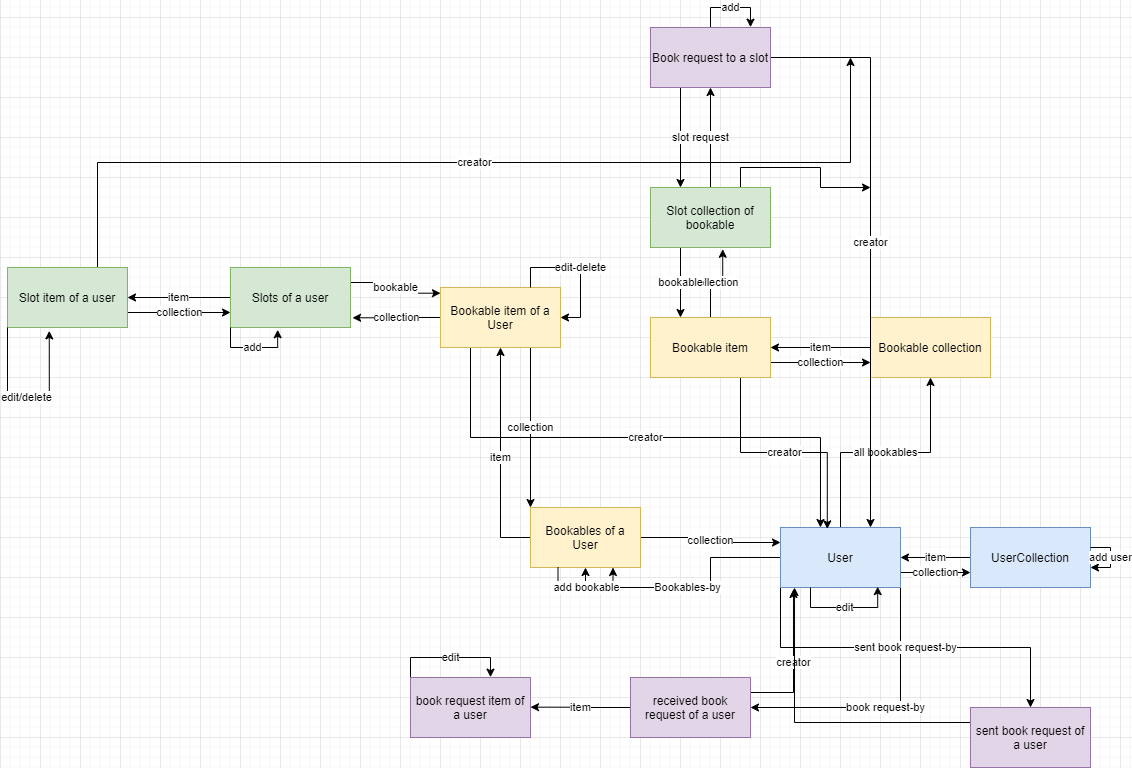
Adnan-Islam/PWP_Project keeps this draw.io diagram as data/Diagram.png. Above is the earlier version. Source tidied: cells renumbered, new cells last; positions are measured from the earlier drawing's top-left corner, leaving out a move shared by most shapes.
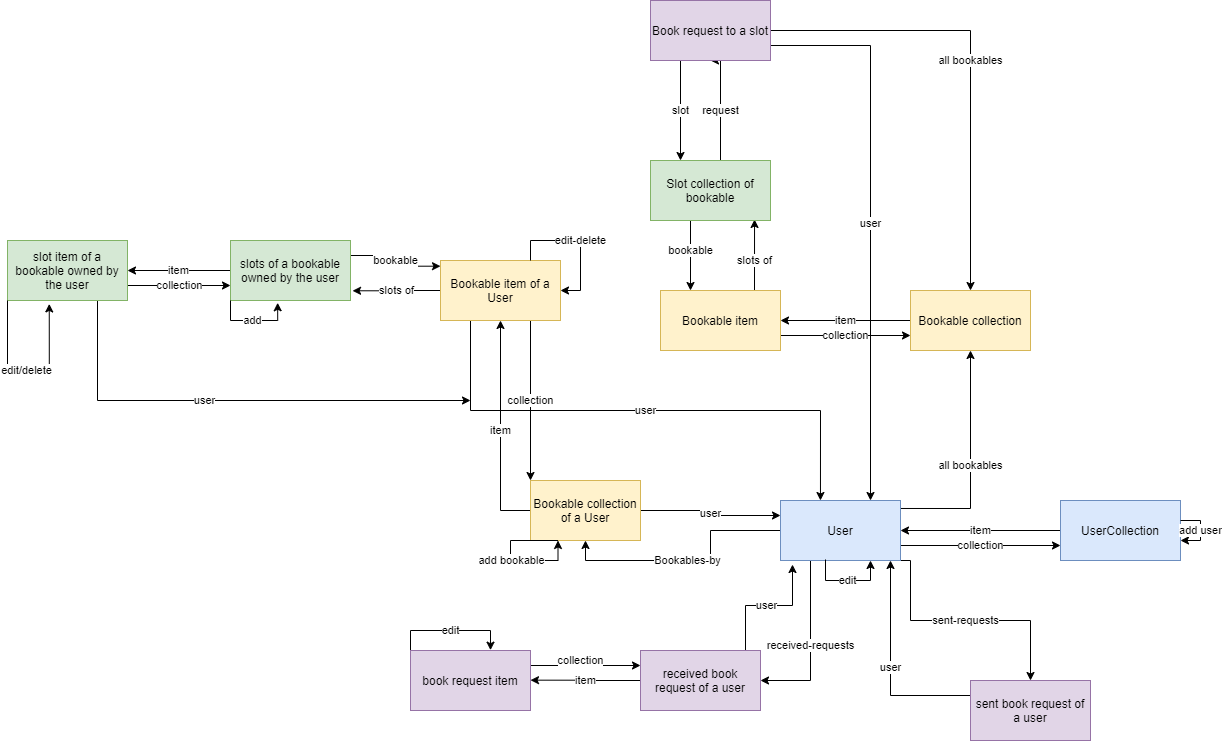
The same file after the commit.

Change to the diagram source:
```diff
@@ -6,12 +6,12 @@
       <mxGeometry relative="1" as="geometry" />
     </mxCell>
     <mxCell id="3" value="UserCollection" style="rounded=0;whiteSpace=wrap;html=1;fillColor=#dae8fc;strokeColor=#6c8ebf;" parent="1" vertex="1">
-      <mxGeometry x="963" y="500" width="120" height="60" as="geometry" />
+      <mxGeometry x="1053" y="500" width="120" height="60" as="geometry" />
     </mxCell>
     <mxCell id="4" value="add user&lt;br&gt;" style="edgeStyle=orthogonalEdgeStyle;rounded=0;orthogonalLoop=1;jettySize=auto;html=1;" parent="1" edge="1" source="3" target="3">
       <mxGeometry relative="1" as="geometry" />
     </mxCell>
-    <mxCell id="5" value="all bookables" style="edgeStyle=orthogonalEdgeStyle;rounded=0;jettySize=auto;html=1;" parent="1" edge="1" source="10" target="16">
+    <mxCell id="5" value="all bookables" style="edgeStyle=orthogonalEdgeStyle;rounded=0;jettySize=auto;html=1;exitX=0.992;exitY=0.133;exitDx=0;exitDy=0;exitPerimeter=0;" parent="1" edge="1" source="10" target="16">
       <mxGeometry relative="1" as="geometry" />
     </mxCell>
     <mxCell id="6" value="Bookables-by" style="edgeStyle=orthogonalEdgeStyle;rounded=0;jettySize=auto;html=1;exitX=0;exitY=0.5;exitDx=0;exitDy=0;entryX=0.5;entryY=1;entryDx=0;entryDy=0;" parent="1" edge="1" source="10" target="19">
@@ -20,11 +20,17 @@
     <mxCell id="7" value="collection&lt;br&gt;" style="edgeStyle=orthogonalEdgeStyle;rounded=0;jettySize=auto;html=1;exitX=1;exitY=0.75;exitDx=0;exitDy=0;entryX=0;entryY=0.75;entryDx=0;entryDy=0;" parent="1" edge="1" source="10" target="3">
       <mxGeometry relative="1" as="geometry" />
     </mxCell>
-    <mxCell id="8" value="book request-by&lt;br&gt;" style="edgeStyle=orthogonalEdgeStyle;rounded=0;jettySize=auto;html=1;exitX=1;exitY=1;exitDx=0;exitDy=0;entryX=1;entryY=0.5;entryDx=0;entryDy=0;" parent="1" edge="1" source="10" target="45">
+    <mxCell id="8" value="received-requests" style="edgeStyle=orthogonalEdgeStyle;rounded=0;jettySize=auto;html=1;exitX=0.25;exitY=1;exitDx=0;exitDy=0;entryX=1;entryY=0.5;entryDx=0;entryDy=0;" parent="1" edge="1" source="10" target="45">
       <mxGeometry relative="1" as="geometry" />
     </mxCell>
-    <mxCell id="9" value="sent book request-by" style="edgeStyle=orthogonalEdgeStyle;rounded=0;jettySize=auto;html=1;exitX=0;exitY=1;exitDx=0;exitDy=0;" parent="1" edge="1" source="10" target="49">
-      <mxGeometry relative="1" as="geometry" />
+    <mxCell id="9" value="sent-requests" style="edgeStyle=orthogonalEdgeStyle;rounded=0;jettySize=auto;html=1;exitX=1;exitY=1;exitDx=0;exitDy=0;" parent="1" edge="1" source="10" target="49">
+      <mxGeometry relative="1" as="geometry">
+        <Array as="points">
+          <mxPoint x="903" y="560" />
+          <mxPoint x="903" y="620" />
+          <mxPoint x="1023" y="620" />
+        </Array>
+      </mxGeometry>
     </mxCell>
     <mxCell id="10" value="User" style="rounded=0;whiteSpace=wrap;html=1;fillColor=#dae8fc;strokeColor=#6c8ebf;" parent="1" vertex="1">
       <mxGeometry x="773" y="500" width="120" height="60" as="geometry" />
@@ -32,40 +38,47 @@
     <mxCell id="11" value="collection" style="edgeStyle=orthogonalEdgeStyle;rounded=0;jettySize=auto;html=1;exitX=1;exitY=0.75;exitDx=0;exitDy=0;entryX=0;entryY=0.75;entryDx=0;entryDy=0;" parent="1" edge="1" source="14" target="16">
       <mxGeometry relative="1" as="geometry" />
     </mxCell>
-    <mxCell id="12" value="creator" style="edgeStyle=orthogonalEdgeStyle;rounded=0;jettySize=auto;html=1;exitX=0.75;exitY=1;exitDx=0;exitDy=0;entryX=0.39;entryY=0.024;entryDx=0;entryDy=0;entryPerimeter=0;" parent="1" edge="1" source="14" target="10">
-      <mxGeometry relative="1" as="geometry" />
-    </mxCell>
-    <mxCell id="13" value="collection&lt;br&gt;" style="edgeStyle=orthogonalEdgeStyle;rounded=0;jettySize=auto;html=1;exitX=0.5;exitY=0;exitDx=0;exitDy=0;entryX=0.602;entryY=1.029;entryDx=0;entryDy=0;entryPerimeter=0;" parent="1" edge="1" source="14" target="38">
-      <mxGeometry relative="1" as="geometry" />
+    <mxCell id="13" value="slots of" style="edgeStyle=orthogonalEdgeStyle;rounded=0;jettySize=auto;html=1;exitX=0.5;exitY=0;exitDx=0;exitDy=0;entryX=0.867;entryY=0.983;entryDx=0;entryDy=0;entryPerimeter=0;" parent="1" edge="1" source="14" target="38">
+      <mxGeometry x="0.22" relative="1" as="geometry">
+        <Array as="points">
+          <mxPoint x="747" y="290" />
+        </Array>
+      </mxGeometry>
     </mxCell>
     <mxCell id="14" value="Bookable item" style="rounded=0;whiteSpace=wrap;html=1;fillColor=#fff2cc;strokeColor=#d6b656;" parent="1" vertex="1">
-      <mxGeometry x="643" y="290" width="120" height="60" as="geometry" />
+      <mxGeometry x="653" y="290" width="120" height="60" as="geometry" />
     </mxCell>
     <mxCell id="15" value="item" style="edgeStyle=orthogonalEdgeStyle;rounded=0;jettySize=auto;html=1;exitX=0;exitY=0.5;exitDx=0;exitDy=0;entryX=1;entryY=0.5;entryDx=0;entryDy=0;" parent="1" edge="1" source="16" target="14">
       <mxGeometry relative="1" as="geometry" />
     </mxCell>
     <mxCell id="16" value="Bookable collection" style="rounded=0;whiteSpace=wrap;html=1;fillColor=#fff2cc;strokeColor=#d6b656;" parent="1" vertex="1">
-      <mxGeometry x="863" y="290" width="120" height="60" as="geometry" />
+      <mxGeometry x="903" y="290" width="120" height="60" as="geometry" />
     </mxCell>
     <mxCell id="17" value="item" style="edgeStyle=orthogonalEdgeStyle;rounded=0;jettySize=auto;html=1;exitX=0;exitY=0.5;exitDx=0;exitDy=0;entryX=0.5;entryY=1;entryDx=0;entryDy=0;" parent="1" edge="1" source="19" target="24">
       <mxGeometry relative="1" as="geometry" />
     </mxCell>
-    <mxCell id="18" value="collection" style="edgeStyle=orthogonalEdgeStyle;rounded=0;jettySize=auto;html=1;exitX=1;exitY=0.5;exitDx=0;exitDy=0;entryX=0;entryY=0.25;entryDx=0;entryDy=0;" parent="1" edge="1" source="19" target="10">
+    <mxCell id="18" value="user" style="edgeStyle=orthogonalEdgeStyle;rounded=0;jettySize=auto;html=1;exitX=1;exitY=0.5;exitDx=0;exitDy=0;entryX=0;entryY=0.25;entryDx=0;entryDy=0;" parent="1" edge="1" source="19" target="10">
       <mxGeometry relative="1" as="geometry" />
     </mxCell>
-    <mxCell id="19" value="Bookables of a User" style="rounded=0;whiteSpace=wrap;html=1;fillColor=#fff2cc;strokeColor=#d6b656;" parent="1" vertex="1">
+    <mxCell id="19" value="Bookable collection of a User" style="rounded=0;whiteSpace=wrap;html=1;fillColor=#fff2cc;strokeColor=#d6b656;" parent="1" vertex="1">
       <mxGeometry x="523" y="480" width="110" height="60" as="geometry" />
     </mxCell>
-    <mxCell id="20" value="add bookable" style="edgeStyle=orthogonalEdgeStyle;rounded=0;orthogonalLoop=1;jettySize=auto;html=1;exitX=0.25;exitY=1;exitDx=0;exitDy=0;entryX=0.75;entryY=1;entryDx=0;entryDy=0;" parent="1" edge="1" source="19" target="19">
-      <mxGeometry relative="1" as="geometry" />
+    <mxCell id="20" value="add bookable" style="edgeStyle=orthogonalEdgeStyle;rounded=0;orthogonalLoop=1;jettySize=auto;html=1;exitX=0.25;exitY=1;exitDx=0;exitDy=0;entryX=0.25;entryY=1;entryDx=0;entryDy=0;" parent="1" edge="1" source="19" target="19">
+      <mxGeometry relative="1" as="geometry">
+        <Array as="points">
+          <mxPoint x="503" y="540" />
+          <mxPoint x="503" y="560" />
+          <mxPoint x="551" y="560" />
+        </Array>
+      </mxGeometry>
     </mxCell>
     <mxCell id="21" value="collection" style="edgeStyle=orthogonalEdgeStyle;rounded=0;jettySize=auto;html=1;exitX=0.75;exitY=1;exitDx=0;exitDy=0;entryX=0;entryY=0;entryDx=0;entryDy=0;" parent="1" edge="1" source="24" target="19">
       <mxGeometry relative="1" as="geometry" />
     </mxCell>
-    <mxCell id="22" value="creator" style="edgeStyle=orthogonalEdgeStyle;rounded=0;jettySize=auto;html=1;exitX=0.25;exitY=1;exitDx=0;exitDy=0;entryX=0.333;entryY=0;entryDx=0;entryDy=0;entryPerimeter=0;" parent="1" edge="1" source="24" target="10">
+    <mxCell id="22" value="user" style="edgeStyle=orthogonalEdgeStyle;rounded=0;jettySize=auto;html=1;exitX=0.25;exitY=1;exitDx=0;exitDy=0;entryX=0.333;entryY=0;entryDx=0;entryDy=0;entryPerimeter=0;" parent="1" edge="1" source="24" target="10">
       <mxGeometry relative="1" as="geometry" />
     </mxCell>
-    <mxCell id="23" value="collection&lt;br&gt;" style="edgeStyle=orthogonalEdgeStyle;rounded=0;jettySize=auto;html=1;exitX=0;exitY=0.5;exitDx=0;exitDy=0;entryX=1.017;entryY=0.838;entryDx=0;entryDy=0;entryPerimeter=0;" parent="1" edge="1" source="24" target="29">
+    <mxCell id="23" value="slots of" style="edgeStyle=orthogonalEdgeStyle;rounded=0;jettySize=auto;html=1;exitX=0;exitY=0.5;exitDx=0;exitDy=0;entryX=1.017;entryY=0.838;entryDx=0;entryDy=0;entryPerimeter=0;" parent="1" edge="1" source="24" target="29">
       <mxGeometry relative="1" as="geometry" />
     </mxCell>
     <mxCell id="24" value="Bookable item of a User" style="rounded=0;whiteSpace=wrap;html=1;fillColor=#fff2cc;strokeColor=#d6b656;" parent="1" vertex="1">
@@ -74,7 +87,7 @@
     <mxCell id="25" value="edit-delete" style="edgeStyle=orthogonalEdgeStyle;rounded=0;orthogonalLoop=1;jettySize=auto;html=1;exitX=0.75;exitY=0;exitDx=0;exitDy=0;entryX=1;entryY=0.5;entryDx=0;entryDy=0;" parent="1" edge="1" source="24" target="24">
       <mxGeometry relative="1" as="geometry" />
     </mxCell>
-    <mxCell id="26" value="edit" style="edgeStyle=orthogonalEdgeStyle;rounded=0;orthogonalLoop=1;jettySize=auto;html=1;exitX=0.25;exitY=1;exitDx=0;exitDy=0;entryX=0.81;entryY=0.986;entryDx=0;entryDy=0;entryPerimeter=0;" parent="1" edge="1" source="10" target="10">
+    <mxCell id="26" value="edit" style="edgeStyle=orthogonalEdgeStyle;rounded=0;orthogonalLoop=1;jettySize=auto;html=1;exitX=0.375;exitY=0.983;exitDx=0;exitDy=0;entryX=0.75;entryY=1;entryDx=0;entryDy=0;exitPerimeter=0;" parent="1" edge="1" source="10" target="10">
       <mxGeometry relative="1" as="geometry" />
     </mxCell>
     <mxCell id="27" value="item" style="edgeStyle=orthogonalEdgeStyle;rounded=0;jettySize=auto;html=1;exitX=0;exitY=0.5;exitDx=0;exitDy=0;entryX=1;entryY=0.5;entryDx=0;entryDy=0;" parent="1" edge="1" source="29" target="32">
@@ -83,18 +96,21 @@
     <mxCell id="28" value="bookable" style="edgeStyle=orthogonalEdgeStyle;rounded=0;jettySize=auto;html=1;exitX=1;exitY=0.25;exitDx=0;exitDy=0;entryX=0;entryY=0.095;entryDx=0;entryDy=0;entryPerimeter=0;" parent="1" edge="1" source="29" target="24">
       <mxGeometry relative="1" as="geometry" />
     </mxCell>
-    <mxCell id="29" value="Slots of a user" style="rounded=0;whiteSpace=wrap;html=1;fillColor=#d5e8d4;strokeColor=#82b366;" parent="1" vertex="1">
+    <mxCell id="29" value="slots of a bookable owned by the user" style="rounded=0;whiteSpace=wrap;html=1;fillColor=#d5e8d4;strokeColor=#82b366;" parent="1" vertex="1">
       <mxGeometry x="223" y="240" width="120" height="60" as="geometry" />
     </mxCell>
     <mxCell id="30" value="collection" style="edgeStyle=orthogonalEdgeStyle;rounded=0;jettySize=auto;html=1;exitX=1;exitY=0.75;exitDx=0;exitDy=0;entryX=0;entryY=0.75;entryDx=0;entryDy=0;" parent="1" edge="1" source="32" target="29">
       <mxGeometry relative="1" as="geometry" />
     </mxCell>
-    <mxCell id="31" value="creator" style="edgeStyle=orthogonalEdgeStyle;rounded=0;jettySize=auto;html=1;exitX=0.75;exitY=0;exitDx=0;exitDy=0;" parent="1" edge="1" source="32">
+    <mxCell id="31" value="user" style="edgeStyle=orthogonalEdgeStyle;rounded=0;jettySize=auto;html=1;exitX=0.75;exitY=0;exitDx=0;exitDy=0;" parent="1" edge="1" source="32">
       <mxGeometry relative="1" as="geometry">
-        <mxPoint x="843" y="30" as="targetPoint" />
+        <mxPoint x="463" y="400" as="targetPoint" />
+        <Array as="points">
+          <mxPoint x="90" y="400" />
+        </Array>
       </mxGeometry>
     </mxCell>
-    <mxCell id="32" value="Slot item of a user" style="rounded=0;whiteSpace=wrap;html=1;fillColor=#d5e8d4;strokeColor=#82b366;" parent="1" vertex="1">
+    <mxCell id="32" value="slot item of a bookable owned by the user" style="rounded=0;whiteSpace=wrap;html=1;fillColor=#d5e8d4;strokeColor=#82b366;" parent="1" vertex="1">
       <mxGeometry y="240" width="120" height="60" as="geometry" />
     </mxCell>
     <mxCell id="33" value="add" style="edgeStyle=orthogonalEdgeStyle;rounded=0;orthogonalLoop=1;jettySize=auto;html=1;exitX=0;exitY=1;exitDx=0;exitDy=0;entryX=0.393;entryY=1.038;entryDx=0;entryDy=0;entryPerimeter=0;" parent="1" edge="1" source="29" target="29">
@@ -109,28 +125,30 @@
       </mxGeometry>
     </mxCell>
     <mxCell id="35" value="bookable" style="edgeStyle=orthogonalEdgeStyle;rounded=0;jettySize=auto;html=1;exitX=0.25;exitY=1;exitDx=0;exitDy=0;entryX=0.25;entryY=0;entryDx=0;entryDy=0;" parent="1" edge="1" source="38" target="14">
-      <mxGeometry relative="1" as="geometry" />
+      <mxGeometry relative="1" as="geometry">
+        <Array as="points">
+          <mxPoint x="683" y="220" />
+        </Array>
+      </mxGeometry>
     </mxCell>
     <mxCell id="36" value="request&lt;br&gt;" style="edgeStyle=orthogonalEdgeStyle;rounded=0;jettySize=auto;html=1;exitX=0.5;exitY=0;exitDx=0;exitDy=0;entryX=0.5;entryY=1;entryDx=0;entryDy=0;" parent="1" edge="1" source="38" target="42">
-      <mxGeometry relative="1" as="geometry" />
+      <mxGeometry relative="1" as="geometry">
+        <Array as="points">
+          <mxPoint x="713" y="160" />
+          <mxPoint x="713" y="60" />
+        </Array>
+      </mxGeometry>
     </mxCell>
-    <mxCell id="37" style="edgeStyle=orthogonalEdgeStyle;rounded=0;jettySize=auto;html=1;exitX=0.75;exitY=0;exitDx=0;exitDy=0;" parent="1" edge="1" source="38">
-      <mxGeometry relative="1" as="geometry">
-        <mxPoint x="863" y="160" as="targetPoint" />
-      </mxGeometry>
-    </mxCell>
     <mxCell id="38" value="Slot collection of bookable" style="rounded=0;whiteSpace=wrap;html=1;fillColor=#d5e8d4;strokeColor=#82b366;" parent="1" vertex="1">
       <mxGeometry x="643" y="160" width="120" height="60" as="geometry" />
     </mxCell>
     <mxCell id="39" value="slot" style="edgeStyle=orthogonalEdgeStyle;rounded=0;jettySize=auto;html=1;exitX=0.25;exitY=1;exitDx=0;exitDy=0;entryX=0.25;entryY=0;entryDx=0;entryDy=0;" parent="1" edge="1" source="42" target="38">
       <mxGeometry relative="1" as="geometry" />
     </mxCell>
-    <mxCell id="40" value="add" style="edgeStyle=orthogonalEdgeStyle;rounded=0;jettySize=auto;html=1;exitX=0.5;exitY=0;exitDx=0;exitDy=0;" parent="1" edge="1" source="42">
-      <mxGeometry relative="1" as="geometry">
-        <mxPoint x="743" y="-0.3" as="targetPoint" />
-      </mxGeometry>
-    </mxCell>
+    <mxCell id="50" value="all bookables" style="edgeStyle=orthogonalEdgeStyle;rounded=0;jettySize=auto;html=1;exitX=1;exitY=0.5;exitDx=0;exitDy=0;entryX=0.5;entryY=0;entryDx=0;entryDy=0;" parent="1" edge="1" source="42" target="16">
+      <mxGeometry relative="1" as="geometry" />
+    </mxCell>
-    <mxCell id="41" value="creator" style="edgeStyle=orthogonalEdgeStyle;rounded=0;jettySize=auto;html=1;exitX=1;exitY=0.5;exitDx=0;exitDy=0;entryX=0.75;entryY=0;entryDx=0;entryDy=0;" parent="1" edge="1" source="42" target="10">
+    <mxCell id="41" value="user" style="edgeStyle=orthogonalEdgeStyle;rounded=0;jettySize=auto;html=1;exitX=1;exitY=0.75;exitDx=0;exitDy=0;entryX=0.75;entryY=0;entryDx=0;entryDy=0;" parent="1" edge="1" source="42" target="10">
       <mxGeometry relative="1" as="geometry" />
     </mxCell>
     <mxCell id="42" value="Book request to a slot" style="rounded=0;whiteSpace=wrap;html=1;fillColor=#e1d5e7;strokeColor=#9673a6;" parent="1" vertex="1">
@@ -141,22 +159,36 @@
         <mxPoint x="523" y="679.7" as="targetPoint" />
       </mxGeometry>
     </mxCell>
-    <mxCell id="44" value="creator" style="edgeStyle=orthogonalEdgeStyle;rounded=0;jettySize=auto;html=1;exitX=1;exitY=0.25;exitDx=0;exitDy=0;entryX=0.108;entryY=1.033;entryDx=0;entryDy=0;entryPerimeter=0;" parent="1" edge="1" source="45" target="10">
-      <mxGeometry relative="1" as="geometry" />
+    <mxCell id="44" value="user" style="edgeStyle=orthogonalEdgeStyle;rounded=0;jettySize=auto;html=1;exitX=0.875;exitY=0;exitDx=0;exitDy=0;entryX=0.1;entryY=1.067;entryDx=0;entryDy=0;entryPerimeter=0;exitPerimeter=0;" parent="1" edge="1" source="45" target="10">
+      <mxGeometry relative="1" as="geometry">
+        <Array as="points">
+          <mxPoint x="738" y="605" />
+          <mxPoint x="785" y="605" />
+        </Array>
+      </mxGeometry>
     </mxCell>
     <mxCell id="45" value="received book request of a user" style="rounded=0;whiteSpace=wrap;html=1;fillColor=#e1d5e7;strokeColor=#9673a6;" parent="1" vertex="1">
-      <mxGeometry x="623" y="650" width="120" height="60" as="geometry" />
+      <mxGeometry x="633" y="650" width="120" height="60" as="geometry" />
     </mxCell>
     <mxCell id="46" value="edit" style="edgeStyle=orthogonalEdgeStyle;rounded=0;jettySize=auto;html=1;exitX=0;exitY=0;exitDx=0;exitDy=0;" parent="1" edge="1" source="47">
       <mxGeometry relative="1" as="geometry">
         <mxPoint x="483" y="649.7" as="targetPoint" />
       </mxGeometry>
     </mxCell>
+    <mxCell id="51" value="collection" style="edgeStyle=orthogonalEdgeStyle;rounded=0;jettySize=auto;html=1;exitX=1;exitY=0.25;exitDx=0;exitDy=0;entryX=0;entryY=0.25;entryDx=0;entryDy=0;" parent="1" edge="1" source="47" target="45">
+      <mxGeometry x="-0.09" y="5" relative="1" as="geometry" />
+    </mxCell>
-    <mxCell id="47" value="book request item of a user" style="rounded=0;whiteSpace=wrap;html=1;fillColor=#e1d5e7;strokeColor=#9673a6;" parent="1" vertex="1">
+    <mxCell id="47" value="book request item" style="rounded=0;whiteSpace=wrap;html=1;fillColor=#e1d5e7;strokeColor=#9673a6;" parent="1" vertex="1">
       <mxGeometry x="403" y="650" width="120" height="60" as="geometry" />
     </mxCell>
-    <mxCell id="48" style="edgeStyle=orthogonalEdgeStyle;rounded=0;jettySize=auto;html=1;exitX=0;exitY=0.25;exitDx=0;exitDy=0;entryX=0.117;entryY=1;entryDx=0;entryDy=0;entryPerimeter=0;" parent="1" edge="1" source="49" target="10">
-      <mxGeometry relative="1" as="geometry" />
+    <mxCell id="48" value="user" style="edgeStyle=orthogonalEdgeStyle;rounded=0;jettySize=auto;html=1;exitX=0;exitY=0.25;exitDx=0;exitDy=0;" parent="1" edge="1" source="49">
+      <mxGeometry relative="1" as="geometry">
+        <mxPoint x="883" y="560" as="targetPoint" />
+        <Array as="points">
+          <mxPoint x="883" y="695" />
+          <mxPoint x="883" y="560" />
+        </Array>
+      </mxGeometry>
     </mxCell>
     <mxCell id="49" value="sent book request of a user" style="rounded=0;whiteSpace=wrap;html=1;fillColor=#e1d5e7;strokeColor=#9673a6;" parent="1" vertex="1">
       <mxGeometry x="963" y="680" width="120" height="60" as="geometry" />
```
